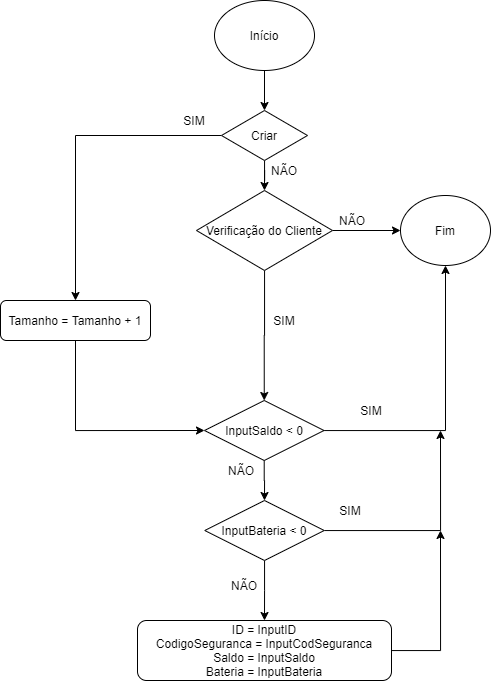
The draw.io diagram AlterarBaseDados.png in ProgRub/Proj2AC, before a commit. Source tidied: cells renumbered, new cells last; positions are measured from the earlier drawing's top-left corner, leaving out a move shared by most shapes.
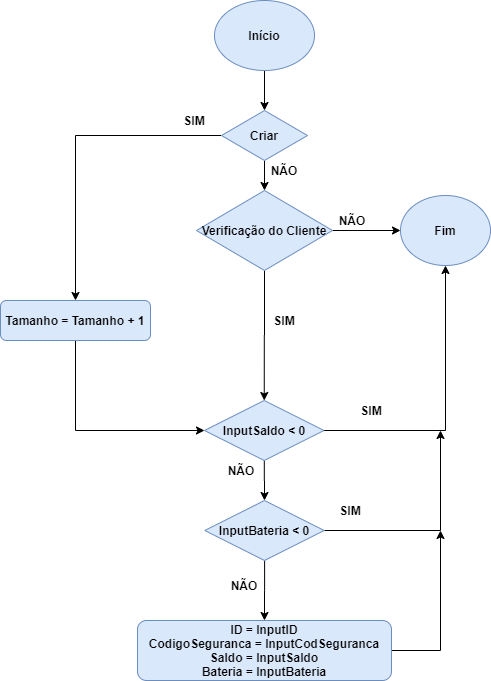
After the commit.

Change to the diagram source:
```diff
@@ -5,7 +5,7 @@
     <mxCell id="2" style="edgeStyle=orthogonalEdgeStyle;rounded=0;jettySize=auto;html=1;entryX=0.5;entryY=0;entryDx=0;entryDy=0;" parent="1" edge="1" source="3" target="12">
       <mxGeometry relative="1" as="geometry" />
     </mxCell>
-    <mxCell id="3" value="Início" style="ellipse;whiteSpace=wrap;html=1;" parent="1" vertex="1">
+    <mxCell id="3" value="&lt;b&gt;Início&lt;/b&gt;" style="ellipse;whiteSpace=wrap;html=1;fillColor=#dae8fc;strokeColor=#6c8ebf;" parent="1" vertex="1">
       <mxGeometry x="214" width="100" height="70" as="geometry" />
     </mxCell>
     <mxCell id="4" style="edgeStyle=orthogonalEdgeStyle;rounded=0;jettySize=auto;html=1;" parent="1" edge="1" source="6" target="7">
@@ -14,16 +14,16 @@
     <mxCell id="5" style="edgeStyle=orthogonalEdgeStyle;rounded=0;jettySize=auto;html=1;entryX=0.5;entryY=0;entryDx=0;entryDy=0;" parent="1" edge="1" source="6" target="17">
       <mxGeometry relative="1" as="geometry" />
     </mxCell>
-    <mxCell id="6" value="Verificação do Cliente" style="rhombus;whiteSpace=wrap;html=1;" parent="1" vertex="1">
+    <mxCell id="6" value="&lt;b&gt;Verificação do Cliente&lt;/b&gt;" style="rhombus;whiteSpace=wrap;html=1;fillColor=#dae8fc;strokeColor=#6c8ebf;" parent="1" vertex="1">
       <mxGeometry x="196" y="190" width="136" height="80" as="geometry" />
     </mxCell>
-    <mxCell id="7" value="Fim" style="ellipse;whiteSpace=wrap;html=1;" parent="1" vertex="1">
+    <mxCell id="7" value="&lt;b&gt;Fim&lt;/b&gt;" style="ellipse;whiteSpace=wrap;html=1;fillColor=#dae8fc;strokeColor=#6c8ebf;" parent="1" vertex="1">
       <mxGeometry x="400" y="195" width="90" height="70" as="geometry" />
     </mxCell>
-    <mxCell id="8" value="NÃO" style="text;html=1;strokeColor=none;fillColor=none;align=center;verticalAlign=middle;whiteSpace=wrap;rounded=0;" parent="1" vertex="1">
+    <mxCell id="8" value="&lt;b&gt;NÃO&lt;/b&gt;" style="text;html=1;strokeColor=none;fillColor=none;align=center;verticalAlign=middle;whiteSpace=wrap;rounded=0;" parent="1" vertex="1">
       <mxGeometry x="332" y="210" width="40" height="20" as="geometry" />
     </mxCell>
-    <mxCell id="9" value="SIM" style="text;html=1;strokeColor=none;fillColor=none;align=center;verticalAlign=middle;whiteSpace=wrap;rounded=0;" parent="1" vertex="1">
+    <mxCell id="9" value="&lt;b&gt;SIM&lt;/b&gt;" style="text;html=1;strokeColor=none;fillColor=none;align=center;verticalAlign=middle;whiteSpace=wrap;rounded=0;" parent="1" vertex="1">
       <mxGeometry x="264" y="310" width="40" height="20" as="geometry" />
     </mxCell>
     <mxCell id="10" style="edgeStyle=orthogonalEdgeStyle;rounded=0;jettySize=auto;html=1;entryX=0.5;entryY=0;entryDx=0;entryDy=0;" parent="1" edge="1" source="12" target="6">
@@ -32,7 +32,7 @@
     <mxCell id="11" style="edgeStyle=orthogonalEdgeStyle;rounded=0;jettySize=auto;html=1;entryX=0.5;entryY=0;entryDx=0;entryDy=0;" parent="1" edge="1" source="12" target="14">
       <mxGeometry relative="1" as="geometry" />
     </mxCell>
-    <mxCell id="12" value="Criar" style="rhombus;whiteSpace=wrap;html=1;" parent="1" vertex="1">
+    <mxCell id="12" value="&lt;b&gt;Criar&lt;/b&gt;" style="rhombus;whiteSpace=wrap;html=1;fillColor=#dae8fc;strokeColor=#6c8ebf;" parent="1" vertex="1">
       <mxGeometry x="221" y="110" width="86" height="50" as="geometry" />
     </mxCell>
     <mxCell id="13" style="edgeStyle=orthogonalEdgeStyle;rounded=0;jettySize=auto;html=1;entryX=0;entryY=0.5;entryDx=0;entryDy=0;" parent="1" edge="1" source="14" target="17">
@@ -42,7 +42,7 @@
         </Array>
       </mxGeometry>
     </mxCell>
-    <mxCell id="14" value="Tamanho = Tamanho + 1" style="rounded=1;whiteSpace=wrap;html=1;" parent="1" vertex="1">
+    <mxCell id="14" value="&lt;b&gt;Tamanho = Tamanho + 1&lt;/b&gt;" style="rounded=1;whiteSpace=wrap;html=1;fillColor=#dae8fc;strokeColor=#6c8ebf;" parent="1" vertex="1">
       <mxGeometry y="300" width="150" height="40" as="geometry" />
     </mxCell>
     <mxCell id="15" style="edgeStyle=orthogonalEdgeStyle;rounded=0;jettySize=auto;html=1;entryX=0.5;entryY=0;entryDx=0;entryDy=0;" parent="1" edge="1" source="17" target="23">
@@ -51,10 +51,10 @@
     <mxCell id="16" style="edgeStyle=orthogonalEdgeStyle;rounded=0;jettySize=auto;html=1;" parent="1" edge="1" source="17" target="7">
       <mxGeometry relative="1" as="geometry" />
     </mxCell>
-    <mxCell id="17" value="InputSaldo &amp;lt; 0" style="rhombus;whiteSpace=wrap;html=1;" parent="1" vertex="1">
+    <mxCell id="17" value="&lt;b&gt;InputSaldo &amp;lt; 0&lt;/b&gt;" style="rhombus;whiteSpace=wrap;html=1;fillColor=#dae8fc;strokeColor=#6c8ebf;" parent="1" vertex="1">
       <mxGeometry x="204" y="400" width="119.5" height="60" as="geometry" />
     </mxCell>
-    <mxCell id="18" value="SIM" style="text;html=1;strokeColor=none;fillColor=none;align=center;verticalAlign=middle;whiteSpace=wrap;rounded=0;" parent="1" vertex="1">
+    <mxCell id="18" value="&lt;b&gt;SIM&lt;/b&gt;" style="text;html=1;strokeColor=none;fillColor=none;align=center;verticalAlign=middle;whiteSpace=wrap;rounded=0;" parent="1" vertex="1">
       <mxGeometry x="351" y="400" width="40" height="20" as="geometry" />
     </mxCell>
     <mxCell id="19" style="edgeStyle=orthogonalEdgeStyle;rounded=0;jettySize=auto;html=1;" parent="1" edge="1" source="20">
@@ -62,7 +62,7 @@
         <mxPoint x="440" y="530" as="targetPoint" />
       </mxGeometry>
     </mxCell>
-    <mxCell id="20" value="ID = InputID&lt;br&gt;CodigoSeguranca = InputCodSeguranca&lt;br&gt;Saldo = InputSaldo&lt;br&gt;Bateria = InputBateria" style="rounded=1;whiteSpace=wrap;html=1;" parent="1" vertex="1">
+    <mxCell id="20" value="&lt;b&gt;ID = InputID&lt;br&gt;CodigoSeguranca = InputCodSeguranca&lt;br&gt;Saldo = InputSaldo&lt;br&gt;Bateria = InputBateria&lt;/b&gt;" style="rounded=1;whiteSpace=wrap;html=1;fillColor=#dae8fc;strokeColor=#6c8ebf;" parent="1" vertex="1">
       <mxGeometry x="137" y="620" width="254" height="60" as="geometry" />
     </mxCell>
     <mxCell id="21" style="edgeStyle=orthogonalEdgeStyle;rounded=0;jettySize=auto;html=1;entryX=0.5;entryY=0;entryDx=0;entryDy=0;" parent="1" edge="1" source="23" target="20">
@@ -73,22 +73,22 @@
         <mxPoint x="440" y="430" as="targetPoint" />
       </mxGeometry>
     </mxCell>
-    <mxCell id="23" value="InputBateria &amp;lt; 0" style="rhombus;whiteSpace=wrap;html=1;" parent="1" vertex="1">
+    <mxCell id="23" value="&lt;b&gt;InputBateria &amp;lt; 0&lt;/b&gt;" style="rhombus;whiteSpace=wrap;html=1;fillColor=#dae8fc;strokeColor=#6c8ebf;" parent="1" vertex="1">
       <mxGeometry x="204.2" y="500" width="119.5" height="60" as="geometry" />
     </mxCell>
-    <mxCell id="24" value="SIM" style="text;html=1;strokeColor=none;fillColor=none;align=center;verticalAlign=middle;whiteSpace=wrap;rounded=0;" parent="1" vertex="1">
+    <mxCell id="24" value="&lt;b&gt;SIM&lt;/b&gt;" style="text;html=1;strokeColor=none;fillColor=none;align=center;verticalAlign=middle;whiteSpace=wrap;rounded=0;" parent="1" vertex="1">
       <mxGeometry x="330" y="500" width="40" height="20" as="geometry" />
     </mxCell>
-    <mxCell id="25" value="NÃO" style="text;html=1;strokeColor=none;fillColor=none;align=center;verticalAlign=middle;whiteSpace=wrap;rounded=0;" parent="1" vertex="1">
+    <mxCell id="25" value="&lt;b&gt;NÃO&lt;/b&gt;" style="text;html=1;strokeColor=none;fillColor=none;align=center;verticalAlign=middle;whiteSpace=wrap;rounded=0;" parent="1" vertex="1">
       <mxGeometry x="221" y="460" width="40" height="20" as="geometry" />
     </mxCell>
-    <mxCell id="26" value="NÃO" style="text;html=1;strokeColor=none;fillColor=none;align=center;verticalAlign=middle;whiteSpace=wrap;rounded=0;" parent="1" vertex="1">
+    <mxCell id="26" value="&lt;b&gt;NÃO&lt;/b&gt;" style="text;html=1;strokeColor=none;fillColor=none;align=center;verticalAlign=middle;whiteSpace=wrap;rounded=0;" parent="1" vertex="1">
       <mxGeometry x="224" y="575" width="40" height="20" as="geometry" />
     </mxCell>
-    <mxCell id="27" value="NÃO" style="text;html=1;strokeColor=none;fillColor=none;align=center;verticalAlign=middle;whiteSpace=wrap;rounded=0;" parent="1" vertex="1">
+    <mxCell id="27" value="&lt;b&gt;NÃO&lt;/b&gt;" style="text;html=1;strokeColor=none;fillColor=none;align=center;verticalAlign=middle;whiteSpace=wrap;rounded=0;" parent="1" vertex="1">
       <mxGeometry x="264" y="160" width="40" height="20" as="geometry" />
     </mxCell>
-    <mxCell id="28" value="SIM" style="text;html=1;strokeColor=none;fillColor=none;align=center;verticalAlign=middle;whiteSpace=wrap;rounded=0;" parent="1" vertex="1">
+    <mxCell id="28" value="&lt;b&gt;SIM&lt;/b&gt;" style="text;html=1;strokeColor=none;fillColor=none;align=center;verticalAlign=middle;whiteSpace=wrap;rounded=0;" parent="1" vertex="1">
       <mxGeometry x="174" y="110" width="40" height="20" as="geometry" />
     </mxCell>
   </root>
```
